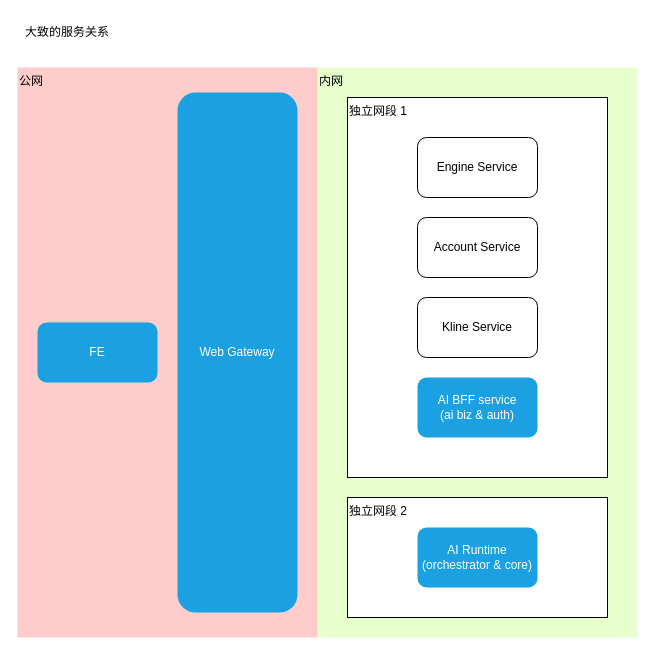
Above: ai交易助手.drawio in AC-YoY/diagram-storage (draw.io), before the change. Source tidied: cells renumbered, new cells numbered last; positions are measured from the earlier drawing's top-left corner, leaving out a move shared by most shapes. Both pictures are drawn from the tidied source at 100%, with x=0, y=0 at pixel (17, 17).
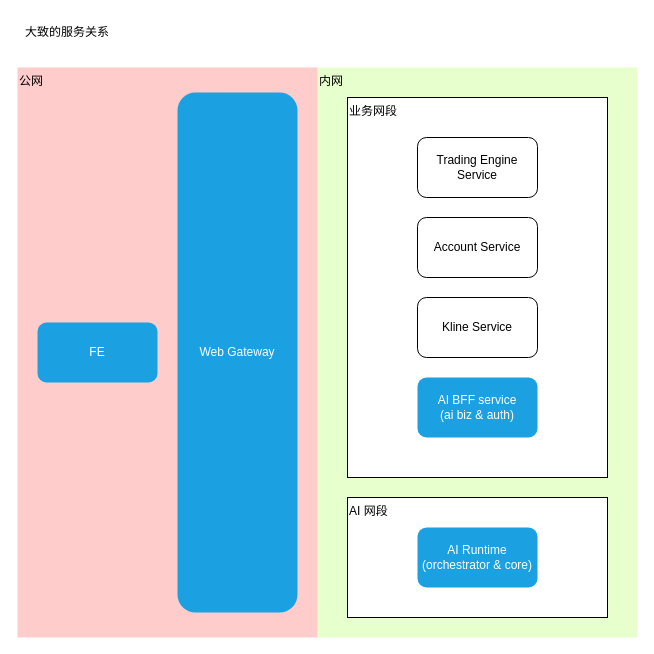
The same diagram, later.

Change to the diagram source:
```diff
@@
 <mxGraphModel>
   <root>
     <mxCell id="0" />
     <mxCell id="1" parent="0" />
     <mxCell id="2" value="内网" style="rounded=0;whiteSpace=wrap;html=1;align=left;verticalAlign=top;fillColor=#E6FFCC;strokeColor=none;" parent="1" vertex="1">
       <mxGeometry x="300" y="50" width="320" height="570" as="geometry" />
     </mxCell>
-    <mxCell id="3" value="独立网段 2" style="rounded=0;whiteSpace=wrap;html=1;align=left;verticalAlign=top;" parent="1" vertex="1">
+    <mxCell id="3" value="AI 网段" style="rounded=0;whiteSpace=wrap;html=1;align=left;verticalAlign=top;" parent="1" vertex="1">
       <mxGeometry x="330" y="480" width="260" height="120" as="geometry" />
     </mxCell>
-    <mxCell id="4" value="独立网段 1" style="rounded=0;whiteSpace=wrap;html=1;align=left;verticalAlign=top;" parent="1" vertex="1">
+    <mxCell id="4" value="业务网段" style="rounded=0;whiteSpace=wrap;html=1;align=left;verticalAlign=top;" parent="1" vertex="1">
       <mxGeometry x="330" y="80" width="260" height="380" as="geometry" />
     </mxCell>
     <mxCell id="5" value="公网" style="rounded=0;whiteSpace=wrap;html=1;align=left;verticalAlign=top;labelBackgroundColor=none;fillColor=#FFCCCC;strokeColor=none;" parent="1" vertex="1">
       <mxGeometry y="50" width="300" height="570" as="geometry" />
     </mxCell>
     <mxCell id="6" value="FE" style="rounded=1;whiteSpace=wrap;html=1;labelBorderColor=none;fillColor=#1ba1e2;fontColor=#ffffff;strokeColor=none;" parent="1" vertex="1">
       <mxGeometry x="20" y="305" width="120" height="60" as="geometry" />
     </mxCell>
     <mxCell id="7" value="Web Gateway" style="rounded=1;whiteSpace=wrap;html=1;labelBorderColor=none;fillColor=#1ba1e2;fontColor=#ffffff;strokeColor=none;" parent="1" vertex="1">
       <mxGeometry x="160" y="75" width="120" height="520" as="geometry" />
     </mxCell>
     <mxCell id="8" value="Account Se&lt;span style=&quot;background-color: transparent; color: light-dark(rgb(0, 0, 0), rgb(255, 255, 255));&quot;&gt;rvice&lt;/span&gt;" style="rounded=1;whiteSpace=wrap;html=1;" parent="1" vertex="1">
       <mxGeometry x="400" y="200" width="120" height="60" as="geometry" />
     </mxCell>
     <mxCell id="9" value="Kline Se&lt;span style=&quot;background-color: transparent; color: light-dark(rgb(0, 0, 0), rgb(255, 255, 255));&quot;&gt;rvice&lt;/span&gt;" style="rounded=1;whiteSpace=wrap;html=1;" parent="1" vertex="1">
       <mxGeometry x="400" y="280" width="120" height="60" as="geometry" />
     </mxCell>
-    <mxCell id="10" value="Engine Se&lt;span style=&quot;background-color: transparent; color: light-dark(rgb(0, 0, 0), rgb(255, 255, 255));&quot;&gt;rvice&lt;/span&gt;" style="rounded=1;whiteSpace=wrap;html=1;" parent="1" vertex="1">
+    <mxCell id="10" value="Trading Engine Se&lt;span style=&quot;background-color: transparent; color: light-dark(rgb(0, 0, 0), rgb(255, 255, 255));&quot;&gt;rvice&lt;/span&gt;" style="rounded=1;whiteSpace=wrap;html=1;" parent="1" vertex="1">
       <mxGeometry x="400" y="120" width="120" height="60" as="geometry" />
     </mxCell>
     <mxCell id="11" value="AI BFF service&lt;br&gt;(ai biz &amp;amp; auth)" style="rounded=1;whiteSpace=wrap;html=1;labelBorderColor=none;fillColor=#1ba1e2;fontColor=#ffffff;strokeColor=none;" parent="1" vertex="1">
       <mxGeometry x="400" y="360" width="120" height="60" as="geometry" />
     </mxCell>
     <mxCell id="12" value="AI Runtime&lt;br&gt;(orchestrator &amp;amp; core)" style="rounded=1;whiteSpace=wrap;html=1;labelBorderColor=none;fillColor=#1ba1e2;fontColor=#ffffff;strokeColor=none;" parent="1" vertex="1">
       <mxGeometry x="400" y="510" width="120" height="60" as="geometry" />
     </mxCell>
     <mxCell id="13" value="大致的服务关系" style="text;html=1;whiteSpace=wrap;strokeColor=none;fillColor=none;align=center;verticalAlign=middle;rounded=0;" parent="1" vertex="1">
       <mxGeometry width="100" height="30" as="geometry" />
     </mxCell>
   </root>
 </mxGraphModel>
```
